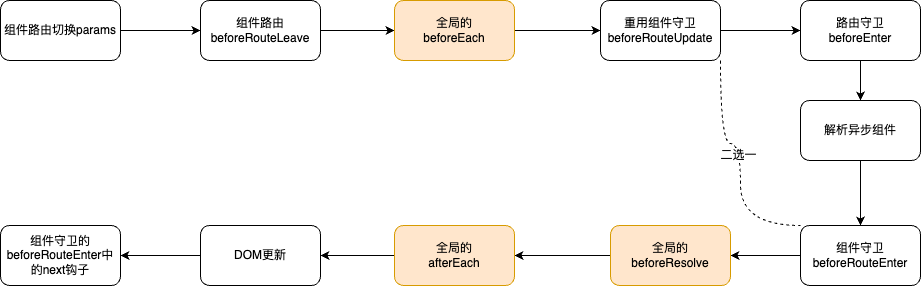
The draw.io diagram VueRouter:守卫执行顺序.drawio.png in JYbill/draw, before a commit. Source tidied: cells renumbered, new cells last; positions are measured from the earlier drawing's top-left corner, leaving out a move shared by most shapes.
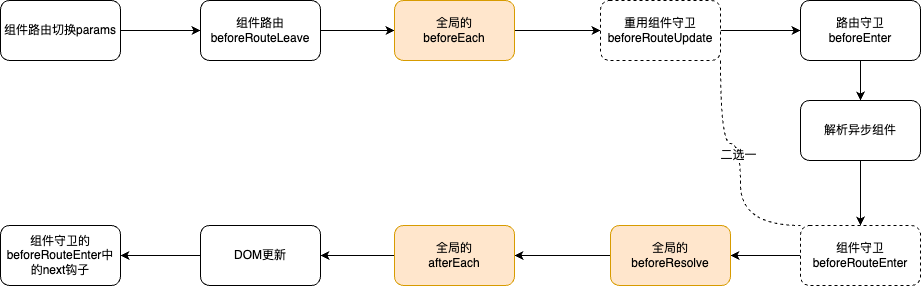
Above is the later version.

Commit message:
更新VueRouter:守卫执行顺序.drawio.png

The edit, as a diff of the source:
```diff
@@ -37,7 +37,7 @@
         <mxPoint y="1" as="offset" />
       </mxGeometry>
     </mxCell>
-    <mxCell id="11" value="重用组件守卫&lt;br&gt;beforeRouteUpdate" style="rounded=1;whiteSpace=wrap;html=1;" parent="1" vertex="1">
+    <mxCell id="11" value="重用组件守卫&lt;br&gt;beforeRouteUpdate" style="rounded=1;whiteSpace=wrap;html=1;dashed=1;" parent="1" vertex="1">
       <mxGeometry x="600" width="120" height="60" as="geometry" />
     </mxCell>
     <mxCell id="12" style="edgeStyle=orthogonalEdgeStyle;rounded=0;jettySize=auto;html=1;exitX=0.5;exitY=1;exitDx=0;exitDy=0;" parent="1" edge="1" source="13" target="15">
@@ -55,7 +55,7 @@
     <mxCell id="16" style="edgeStyle=orthogonalEdgeStyle;rounded=0;jettySize=auto;html=1;exitX=0;exitY=0.5;exitDx=0;exitDy=0;" parent="1" edge="1" source="17" target="19">
       <mxGeometry relative="1" as="geometry" />
     </mxCell>
-    <mxCell id="17" value="组件守卫&lt;br&gt;beforeRouteEnter" style="rounded=1;whiteSpace=wrap;html=1;" parent="1" vertex="1">
+    <mxCell id="17" value="组件守卫&lt;br&gt;beforeRouteEnter" style="rounded=1;whiteSpace=wrap;html=1;dashed=1;" parent="1" vertex="1">
       <mxGeometry x="800" y="225" width="120" height="60" as="geometry" />
     </mxCell>
     <mxCell id="18" style="edgeStyle=orthogonalEdgeStyle;rounded=0;jettySize=auto;html=1;exitX=0;exitY=0.5;exitDx=0;exitDy=0;" parent="1" edge="1" source="19" target="21">
```
